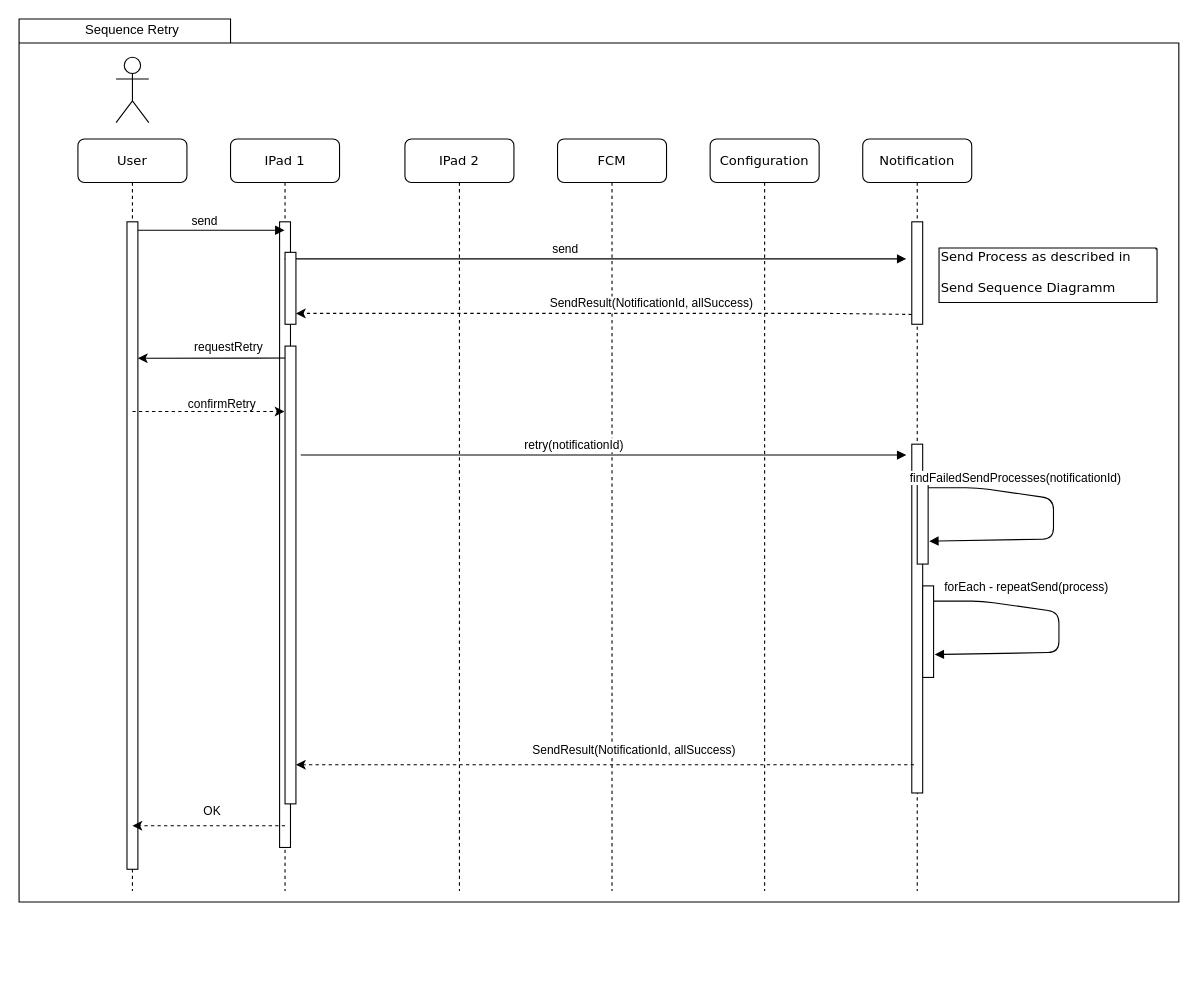
Before: src/graphics/Sequence_Notification_Retry.drawio in IP5-Cloudbasiertes-Praxisrufsystem/IP5-documentation, a draw.io diagram. Source tidied: cells renumbered, new cells numbered last; positions are measured from the earlier drawing's top-left corner, leaving out a move shared by most shapes. Both pictures are drawn from the tidied source at 109%, with x=0, y=0 at pixel (19, 19).
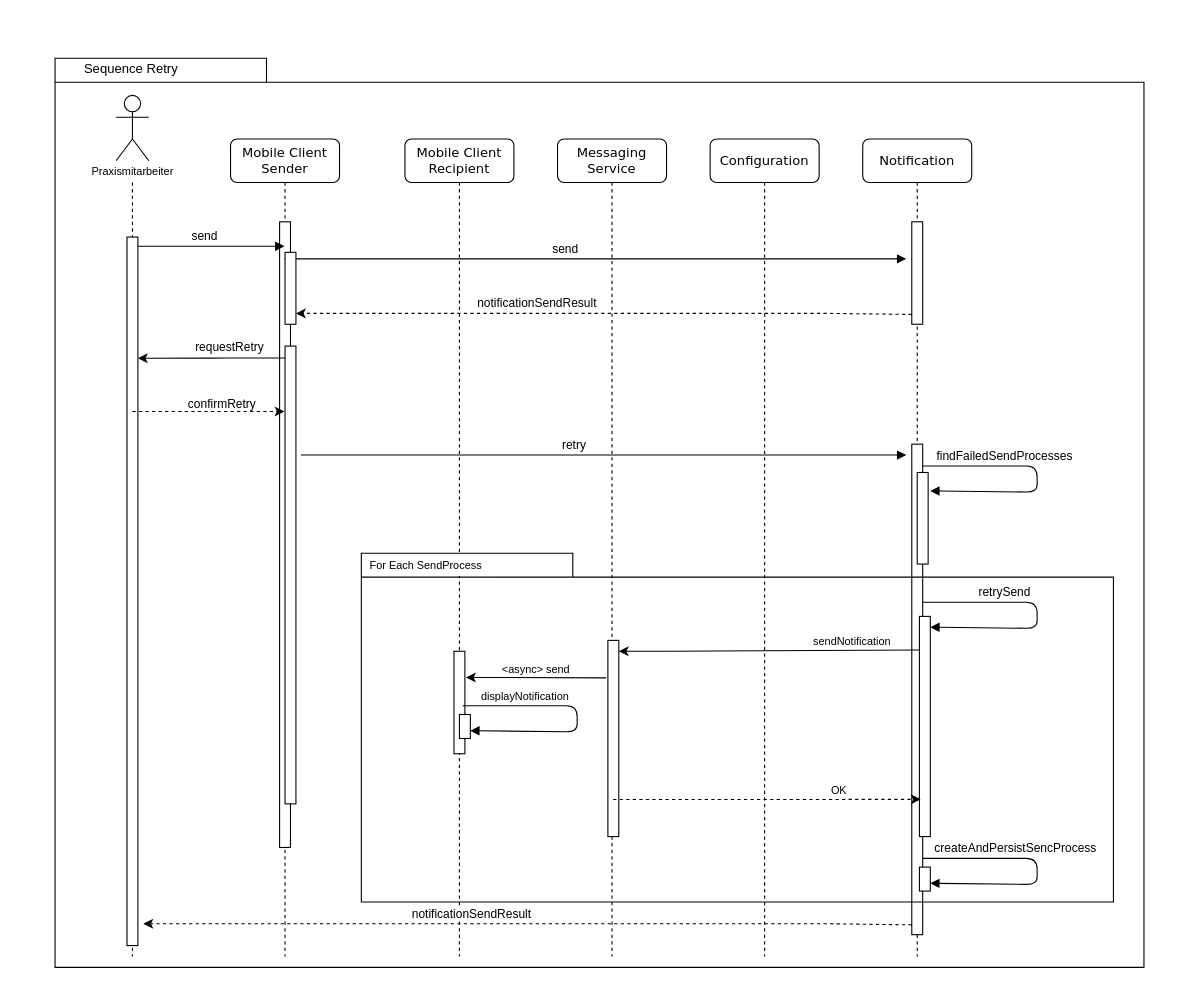
The same page after the edit.

The change refers to these unchanged cells:
```xml
<mxCell id="12" style="endArrow=classic;html=1;dashed=1;exitX=0;exitY=0.904;exitDx=0;exitDy=0;exitPerimeter=0;" parent="1" edge="1" source="11">
  <mxGeometry relative="1" as="geometry">
    <mxPoint x="254" y="270" as="targetPoint" />
    <Array as="points">
      <mxPoint x="744.2" y="270" />
    </Array>
  </mxGeometry>
</mxCell>
<mxCell id="22" style="html=1;points=[];perimeter=orthogonalPerimeter;rounded=0;shadow=0;comic=0;labelBackgroundColor=none;strokeWidth=1;fontFamily=Verdana;fontSize=12;align=center;" parent="1" vertex="1">
  <mxGeometry x="244" y="300" width="10" height="420" as="geometry" />
</mxCell>
```

Diff of the diagram source:
```diff
@@
-    <mxCell id="2" value="IPad 1" style="shape=umlLifeline;perimeter=lifelinePerimeter;whiteSpace=wrap;html=1;outlineConnect=0;rounded=1;shadow=0;comic=0;labelBackgroundColor=none;strokeWidth=1;fontFamily=Verdana;fontSize=12;align=center;" parent="1" vertex="1">
-      <mxGeometry x="194" y="110" width="100" height="690" as="geometry" />
+    <mxCell id="2" value="Mobile Client&lt;br&gt;Sender" style="shape=umlLifeline;perimeter=lifelinePerimeter;whiteSpace=wrap;html=1;outlineConnect=0;rounded=1;shadow=0;comic=0;labelBackgroundColor=none;strokeWidth=1;fontFamily=Verdana;fontSize=12;align=center;" parent="1" vertex="1">
+      <mxGeometry x="194" y="110" width="100" height="750" as="geometry" />
     </mxCell>
@@
-    <mxCell id="4" value="IPad 2" style="shape=umlLifeline;perimeter=lifelinePerimeter;whiteSpace=wrap;html=1;rounded=1;shadow=0;comic=0;labelBackgroundColor=none;strokeWidth=1;fontFamily=Verdana;fontSize=12;align=center;" parent="1" vertex="1">
-      <mxGeometry x="354" y="110" width="100" height="690" as="geometry" />
+    <mxCell id="4" value="Mobile Client&lt;br&gt;Recipient" style="shape=umlLifeline;perimeter=lifelinePerimeter;whiteSpace=wrap;html=1;rounded=1;shadow=0;comic=0;labelBackgroundColor=none;strokeWidth=1;fontFamily=Verdana;fontSize=12;align=center;" parent="1" vertex="1">
+      <mxGeometry x="354" y="110" width="100" height="750" as="geometry" />
     </mxCell>
+    <mxCell id="35" style="html=1;perimeter=orthogonalPerimeter;rounded=0;shadow=0;comic=0;labelBackgroundColor=none;strokeWidth=1;fontFamily=Verdana;fontSize=12;align=center;" parent="4" vertex="1">
+      <mxGeometry x="45" y="470" width="10" height="94" as="geometry" />
+    </mxCell>
-    <mxCell id="5" value="FCM" style="shape=umlLifeline;perimeter=lifelinePerimeter;whiteSpace=wrap;html=1;rounded=1;shadow=0;comic=0;labelBackgroundColor=none;strokeWidth=1;fontFamily=Verdana;fontSize=12;align=center;" parent="1" vertex="1">
-      <mxGeometry x="494" y="110" width="100" height="690" as="geometry" />
+    <mxCell id="5" value="Messaging&lt;br&gt;Service" style="shape=umlLifeline;perimeter=lifelinePerimeter;whiteSpace=wrap;html=1;rounded=1;shadow=0;comic=0;labelBackgroundColor=none;strokeWidth=1;fontFamily=Verdana;fontSize=12;align=center;" parent="1" vertex="1">
+      <mxGeometry x="494" y="110" width="100" height="750" as="geometry" />
     </mxCell>
     <mxCell id="6" value="Configuration" style="shape=umlLifeline;perimeter=lifelinePerimeter;whiteSpace=wrap;html=1;rounded=1;shadow=0;comic=0;labelBackgroundColor=none;strokeWidth=1;fontFamily=Verdana;fontSize=12;align=center;" parent="1" vertex="1">
-      <mxGeometry x="634" y="110" width="100" height="690" as="geometry" />
+      <mxGeometry x="634" y="110" width="100" height="750" as="geometry" />
     </mxCell>
     <mxCell id="7" value="Notification" style="shape=umlLifeline;perimeter=lifelinePerimeter;whiteSpace=wrap;html=1;rounded=1;shadow=0;comic=0;labelBackgroundColor=none;strokeWidth=1;fontFamily=Verdana;fontSize=12;align=center;" parent="1" vertex="1">
-      <mxGeometry x="774" y="110" width="100" height="690" as="geometry" />
+      <mxGeometry x="774" y="110" width="100" height="750" as="geometry" />
     </mxCell>
-    <mxCell id="8" value="User" style="shape=umlLifeline;perimeter=lifelinePerimeter;whiteSpace=wrap;html=1;rounded=1;shadow=0;comic=0;labelBackgroundColor=none;strokeWidth=1;fontFamily=Verdana;fontSize=12;align=center;" parent="1" vertex="1">
-      <mxGeometry x="54" y="110" width="100" height="690" as="geometry" />
+    <mxCell id="8" style="shape=umlLifeline;perimeter=lifelinePerimeter;whiteSpace=wrap;html=1;rounded=1;shadow=0;comic=0;labelBackgroundColor=none;strokeWidth=1;fontFamily=Verdana;fontSize=12;align=center;size=0;" parent="1" vertex="1">
+      <mxGeometry x="54" y="150" width="100" height="710" as="geometry" />
     </mxCell>
     <mxCell id="9" style="html=1;points=[];perimeter=orthogonalPerimeter;rounded=0;shadow=0;comic=0;labelBackgroundColor=none;strokeWidth=1;fontFamily=Verdana;fontSize=12;align=center;" parent="8" vertex="1">
-      <mxGeometry x="45" y="76" width="10" height="594" as="geometry" />
+      <mxGeometry x="45" y="50" width="10" height="650" as="geometry" />
     </mxCell>
-    <mxCell id="10" value="Send Process as described in&lt;br&gt;&lt;br&gt;Send Sequence Diagramm" style="shape=note;whiteSpace=wrap;html=1;size=1;verticalAlign=top;align=left;spacingTop=-6;rounded=0;shadow=0;comic=0;labelBackgroundColor=none;strokeWidth=1;fontFamily=Verdana;fontSize=12;" parent="1" vertex="1">
-      <mxGeometry x="844" y="210" width="200" height="50" as="geometry" />
-    </mxCell>
@@
-    <mxCell id="13" value="SendResult(NotificationId, allSuccess)" style="edgeLabel;html=1;align=center;verticalAlign=middle;" parent="12" vertex="1">
+    <mxCell id="13" value="notificationSendResult" style="edgeLabel;html=1;align=center;verticalAlign=middle;" parent="12" vertex="1">
       <mxGeometry x="-0.15" relative="1" as="geometry">
-        <mxPoint y="-10" as="offset" />
+        <mxPoint x="-105" y="-10" as="offset" />
       </mxGeometry>
     </mxCell>
     <mxCell id="14" style="shape=umlActor;verticalLabelPosition=bottom;verticalAlign=top;html=1;" parent="1" vertex="1">
-      <mxGeometry x="89" y="35" width="30" height="60" as="geometry" />
+      <mxGeometry x="89" y="70" width="30" height="60" as="geometry" />
     </mxCell>
@@
     <mxCell id="17" style="endArrow=classic;html=1;" parent="1" edge="1">
       <mxGeometry relative="1" as="geometry">
         <mxPoint x="254" y="311" as="sourcePoint" />
         <mxPoint x="109" y="311.2" as="targetPoint" />
+        <Array as="points">
+          <mxPoint x="184" y="311" />
+        </Array>
       </mxGeometry>
     </mxCell>
@@
-    <mxCell id="23" value="retry(notificationId)" style="html=1;verticalAlign=bottom;endArrow=block;" parent="1" edge="1">
+    <mxCell id="23" value="retry" style="html=1;verticalAlign=bottom;endArrow=block;" parent="1" edge="1">
       <mxGeometry x="-0.1" relative="1" as="geometry">
         <mxPoint x="258.5" y="400" as="sourcePoint" />
         <mxPoint x="814" y="400" as="targetPoint" />
       </mxGeometry>
     </mxCell>
     <mxCell id="24" style="html=1;points=[];perimeter=orthogonalPerimeter;rounded=0;shadow=0;comic=0;labelBackgroundColor=none;strokeWidth=1;fontFamily=Verdana;fontSize=12;align=center;" parent="1" vertex="1">
-      <mxGeometry x="819" y="390" width="10" height="320" as="geometry" />
+      <mxGeometry x="819" y="390" width="10" height="450" as="geometry" />
     </mxCell>
@@
-    <mxCell id="26" value="findFailedSendProcesses(notificationId)" style="html=1;verticalAlign=bottom;endArrow=block;entryX=1.1;entryY=0.67;entryDx=0;entryDy=0;entryPerimeter=0;" parent="1" edge="1">
-      <mxGeometry x="-0.4" y="5" relative="1" as="geometry">
-        <mxPoint x="834" y="430" as="sourcePoint" />
-        <mxPoint x="835" y="479" as="targetPoint" />
-        <Array as="points">
-          <mxPoint x="879" y="430" />
-          <mxPoint x="949" y="440" />
-          <mxPoint x="949" y="477" />
-        </Array>
-      </mxGeometry>
-    </mxCell>
-    <mxCell id="27" style="html=1;perimeter=orthogonalPerimeter;rounded=0;shadow=0;comic=0;labelBackgroundColor=none;strokeWidth=1;fontFamily=Verdana;fontSize=12;align=center;" parent="1" vertex="1">
-      <mxGeometry x="829" y="520" width="10" height="84" as="geometry" />
-    </mxCell>
-    <mxCell id="28" value="forEach - repeatSend(process)" style="html=1;verticalAlign=bottom;endArrow=block;entryX=1.1;entryY=0.67;entryDx=0;entryDy=0;entryPerimeter=0;" parent="1" edge="1">
-      <mxGeometry x="-0.37" y="10" relative="1" as="geometry">
-        <mxPoint x="839" y="534" as="sourcePoint" />
-        <mxPoint x="840" y="583" as="targetPoint" />
-        <Array as="points">
-          <mxPoint x="884" y="534" />
-          <mxPoint x="954" y="544" />
-          <mxPoint x="954" y="581" />
-        </Array>
-      </mxGeometry>
-    </mxCell>
-    <mxCell id="29" style="endArrow=classic;html=1;dashed=1;exitX=0.2;exitY=0.919;exitDx=0;exitDy=0;exitPerimeter=0;" parent="1" edge="1" source="24" target="22">
-      <mxGeometry relative="1" as="geometry" />
-    </mxCell>
-    <mxCell id="30" value="SendResult(NotificationId, allSuccess)" style="edgeLabel;html=1;align=center;verticalAlign=middle;" parent="29" vertex="1">
-      <mxGeometry x="-0.11" y="1" relative="1" as="geometry">
-        <mxPoint x="-6" y="-15" as="offset" />
-      </mxGeometry>
-    </mxCell>
-    <mxCell id="31" style="endArrow=classic;html=1;dashed=1;" parent="1" edge="1">
-      <mxGeometry relative="1" as="geometry">
-        <mxPoint x="244" y="740" as="sourcePoint" />
-        <mxPoint x="104" y="740" as="targetPoint" />
-      </mxGeometry>
-    </mxCell>
+    <mxCell id="36" value="Praxismitarbeiter" style="text;html=1;strokeColor=none;fillColor=none;align=center;verticalAlign=middle;whiteSpace=wrap;rounded=0;fontSize=10;" parent="1" vertex="1">
+      <mxGeometry x="59.5" y="130" width="89" height="20" as="geometry" />
+    </mxCell>
+    <mxCell id="37" value="findFailedSendProcesses" style="html=1;verticalAlign=bottom;endArrow=block;exitX=1;exitY=0.013;exitDx=0;exitDy=0;exitPerimeter=0;entryX=0.986;entryY=0.675;entryDx=0;entryDy=0;entryPerimeter=0;" parent="1" edge="1">
+      <mxGeometry x="-0.34" relative="1" as="geometry">
+        <mxPoint x="829" y="410" as="sourcePoint" />
+        <mxPoint x="835.9" y="432.9" as="targetPoint" />
+        <Array as="points">
+          <mxPoint x="934" y="410" />
+          <mxPoint x="934" y="434" />
+        </Array>
+      </mxGeometry>
+    </mxCell>
+    <mxCell id="38" value="retrySend" style="html=1;verticalAlign=bottom;endArrow=block;exitX=1;exitY=0.013;exitDx=0;exitDy=0;exitPerimeter=0;entryX=0.986;entryY=0.675;entryDx=0;entryDy=0;entryPerimeter=0;" parent="1" edge="1">
+      <mxGeometry x="-0.34" relative="1" as="geometry">
+        <mxPoint x="829" y="535" as="sourcePoint" />
+        <mxPoint x="835.9" y="557.9" as="targetPoint" />
+        <Array as="points">
+          <mxPoint x="934" y="535" />
+          <mxPoint x="934" y="559" />
+        </Array>
+      </mxGeometry>
+    </mxCell>
+    <mxCell id="39" style="html=1;points=[];perimeter=orthogonalPerimeter;rounded=0;shadow=0;comic=0;labelBackgroundColor=none;strokeWidth=1;fontFamily=Verdana;fontSize=12;align=center;" parent="1" vertex="1">
+      <mxGeometry x="540.2" y="570" width="10" height="180" as="geometry" />
+    </mxCell>
+    <mxCell id="40" style="html=1;points=[];perimeter=orthogonalPerimeter;rounded=0;shadow=0;comic=0;labelBackgroundColor=none;strokeWidth=1;fontFamily=Verdana;fontSize=12;align=center;" parent="1" vertex="1">
+      <mxGeometry x="826" y="548" width="10" height="202" as="geometry" />
+    </mxCell>
+    <mxCell id="41" style="endArrow=classic;html=1;exitX=0.067;exitY=0.168;exitDx=0;exitDy=0;exitPerimeter=0;" parent="1" edge="1" target="39">
+      <mxGeometry relative="1" as="geometry">
+        <mxPoint x="826" y="578.8" as="sourcePoint" />
+        <Array as="points">
+          <mxPoint x="585.2" y="580" />
+        </Array>
+      </mxGeometry>
+    </mxCell>
+    <mxCell id="42" value="&lt;font style=&quot;font-size: 10px&quot;&gt;sendNotification&lt;/font&gt;" style="edgeLabel;html=1;align=center;verticalAlign=middle;" parent="41" vertex="1">
+      <mxGeometry x="-0.21" y="-1" relative="1" as="geometry">
+        <mxPoint x="47" y="-8" as="offset" />
+      </mxGeometry>
+    </mxCell>
+    <mxCell id="43" style="endArrow=classic;html=1;dashed=1;entryX=0.114;entryY=0.831;entryDx=0;entryDy=0;entryPerimeter=0;" parent="1" edge="1" target="40">
+      <mxGeometry relative="1" as="geometry">
+        <mxPoint x="545" y="716" as="sourcePoint" />
+        <Array as="points">
+          <mxPoint x="634" y="716" />
+        </Array>
+      </mxGeometry>
+    </mxCell>
-    <mxCell id="32" value="OK" style="edgeLabel;html=1;align=center;verticalAlign=middle;" parent="31" vertex="1">
+    <mxCell id="32" value="OK" style="edgeLabel;html=1;align=center;verticalAlign=middle;fontSize=10;" parent="43" vertex="1">
       <mxGeometry x="-0.11" y="1" relative="1" as="geometry">
-        <mxPoint x="-6" y="-15" as="offset" />
+        <mxPoint x="81" y="-8" as="offset" />
       </mxGeometry>
     </mxCell>
-    <mxCell id="33" style="shape=folder;fontStyle=1;spacingTop=10;tabWidth=194;tabHeight=22;tabPosition=left;html=1;rounded=0;shadow=0;comic=0;labelBackgroundColor=none;strokeWidth=1;fillColor=none;fontFamily=Verdana;fontSize=10;align=center;" parent="1" vertex="1">
-      <mxGeometry width="1064" height="810" as="geometry" />
-    </mxCell>
+    <mxCell id="44" style="endArrow=classic;html=1;fontSize=10;exitX=-0.162;exitY=0.191;exitDx=0;exitDy=0;exitPerimeter=0;" parent="1" edge="1" source="39">
+      <mxGeometry relative="1" as="geometry">
+        <mxPoint x="410" y="604" as="targetPoint" />
+      </mxGeometry>
+    </mxCell>
+    <mxCell id="45" value="&amp;lt;async&amp;gt; send" style="edgeLabel;html=1;align=center;verticalAlign=middle;fontSize=10;" parent="44" vertex="1">
+      <mxGeometry x="0.33" y="-2" relative="1" as="geometry">
+        <mxPoint x="21" y="-7" as="offset" />
+      </mxGeometry>
+    </mxCell>
+    <mxCell id="46" style="html=1;points=[];perimeter=orthogonalPerimeter;rounded=0;shadow=0;comic=0;labelBackgroundColor=none;strokeWidth=1;fontFamily=Verdana;fontSize=12;align=center;" parent="1" vertex="1">
+      <mxGeometry x="404" y="638" width="10" height="22" as="geometry" />
+    </mxCell>
+    <mxCell id="47" value="&lt;font style=&quot;font-size: 10px&quot;&gt;displayNotification&lt;/font&gt;" style="html=1;verticalAlign=bottom;endArrow=block;exitX=1;exitY=0.013;exitDx=0;exitDy=0;exitPerimeter=0;entryX=0.986;entryY=0.675;entryDx=0;entryDy=0;entryPerimeter=0;" parent="1" edge="1" target="46">
+      <mxGeometry x="-0.5" relative="1" as="geometry">
+        <mxPoint x="407" y="630" as="sourcePoint" />
+        <Array as="points">
+          <mxPoint x="512" y="630" />
+          <mxPoint x="512" y="654" />
+        </Array>
+      </mxGeometry>
+    </mxCell>
+    <mxCell id="48" style="html=1;points=[];perimeter=orthogonalPerimeter;rounded=0;shadow=0;comic=0;labelBackgroundColor=none;strokeWidth=1;fontFamily=Verdana;fontSize=12;align=center;" parent="1" vertex="1">
+      <mxGeometry x="826" y="778" width="10" height="22" as="geometry" />
+    </mxCell>
+    <mxCell id="49" value="createAndPersistSencProcess" style="html=1;verticalAlign=bottom;endArrow=block;exitX=1;exitY=0.013;exitDx=0;exitDy=0;exitPerimeter=0;entryX=0.986;entryY=0.675;entryDx=0;entryDy=0;entryPerimeter=0;" parent="1" edge="1" target="48">
+      <mxGeometry x="-0.25" relative="1" as="geometry">
+        <mxPoint x="829" y="770" as="sourcePoint" />
+        <Array as="points">
+          <mxPoint x="934" y="770" />
+          <mxPoint x="934" y="794" />
+        </Array>
+      </mxGeometry>
+    </mxCell>
+    <mxCell id="50" style="endArrow=classic;html=1;dashed=1;exitX=0;exitY=0.904;exitDx=0;exitDy=0;exitPerimeter=0;" parent="1" edge="1">
+      <mxGeometry relative="1" as="geometry">
+        <mxPoint x="819" y="831" as="sourcePoint" />
+        <mxPoint x="114" y="830" as="targetPoint" />
+        <Array as="points">
+          <mxPoint x="744.2" y="830" />
+        </Array>
+      </mxGeometry>
+    </mxCell>
+    <mxCell id="51" value="notificationSendResult" style="edgeLabel;html=1;align=center;verticalAlign=middle;" parent="50" vertex="1">
+      <mxGeometry x="-0.15" relative="1" as="geometry">
+        <mxPoint x="-105" y="-10" as="offset" />
+      </mxGeometry>
+    </mxCell>
+    <mxCell id="52" style="shape=folder;fontStyle=1;spacingTop=10;tabWidth=194;tabHeight=22;tabPosition=left;html=1;rounded=0;shadow=0;comic=0;labelBackgroundColor=none;strokeWidth=1;fillColor=none;fontFamily=Verdana;fontSize=10;align=center;" parent="1" vertex="1">
+      <mxGeometry x="314" y="490" width="690" height="320" as="geometry" />
+    </mxCell>
+    <mxCell id="53" value="For Each SendProcess" style="text;html=1;align=left;verticalAlign=middle;fontSize=10;fillColor=#ffffff;" parent="1" vertex="1">
+      <mxGeometry x="320" y="491" width="120" height="20" as="geometry" />
+    </mxCell>
+    <mxCell id="54" style="shape=folder;fontStyle=1;spacingTop=10;tabWidth=194;tabHeight=22;tabPosition=left;html=1;rounded=0;shadow=0;comic=0;labelBackgroundColor=none;strokeWidth=1;fillColor=none;fontFamily=Verdana;fontSize=10;align=center;" parent="1" vertex="1">
+      <mxGeometry x="33" y="36" width="999" height="834" as="geometry" />
+    </mxCell>
     <mxCell id="34" value="Sequence Retry" style="text;html=1;strokeColor=none;fillColor=none;align=center;verticalAlign=middle;whiteSpace=wrap;rounded=0;" parent="1" vertex="1">
-      <mxGeometry x="14" width="180" height="20" as="geometry" />
+      <mxGeometry x="13" y="36" width="180" height="20" as="geometry" />
     </mxCell>
```
